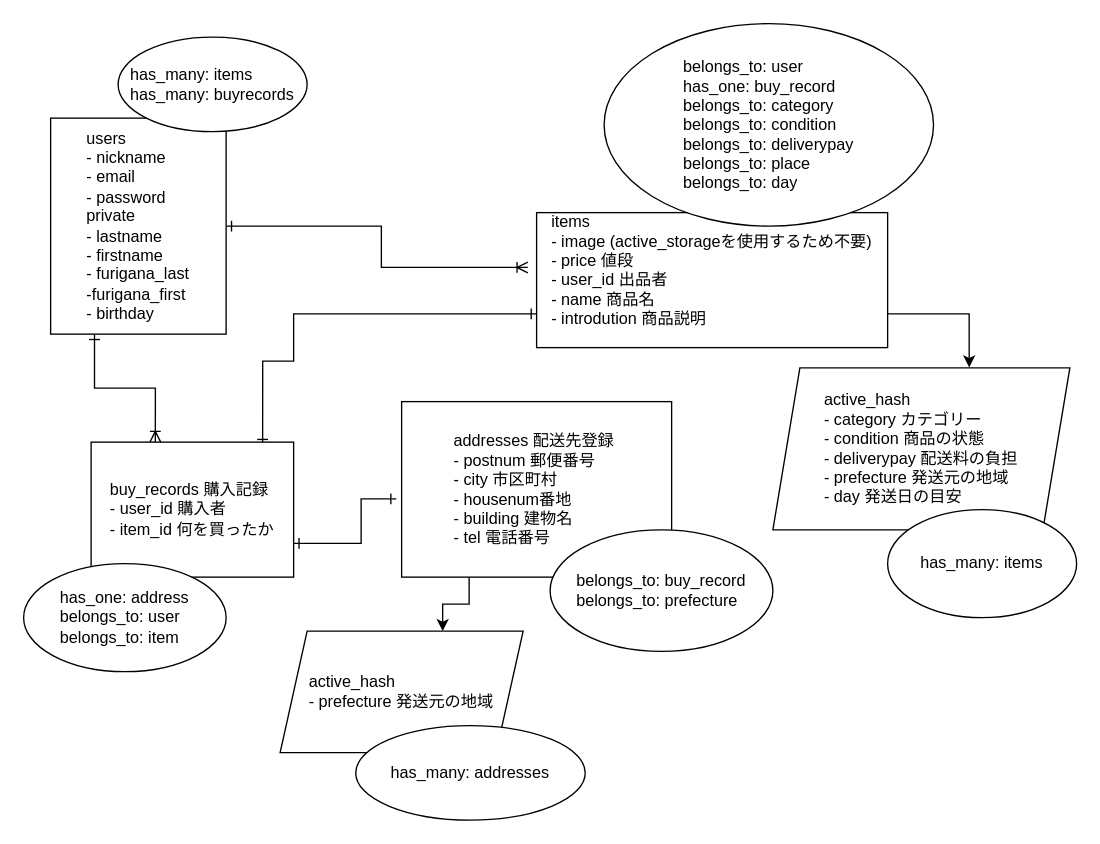
Before: furima.dio in okan08/furima-28625, a draw.io diagram. Source tidied: cells renumbered, new cells numbered last; positions are measured from the earlier drawing's top-left corner, leaving out a move shared by most shapes. Both pictures are drawn from the tidied source at 135%, with x=0, y=0 at pixel (23, 23).
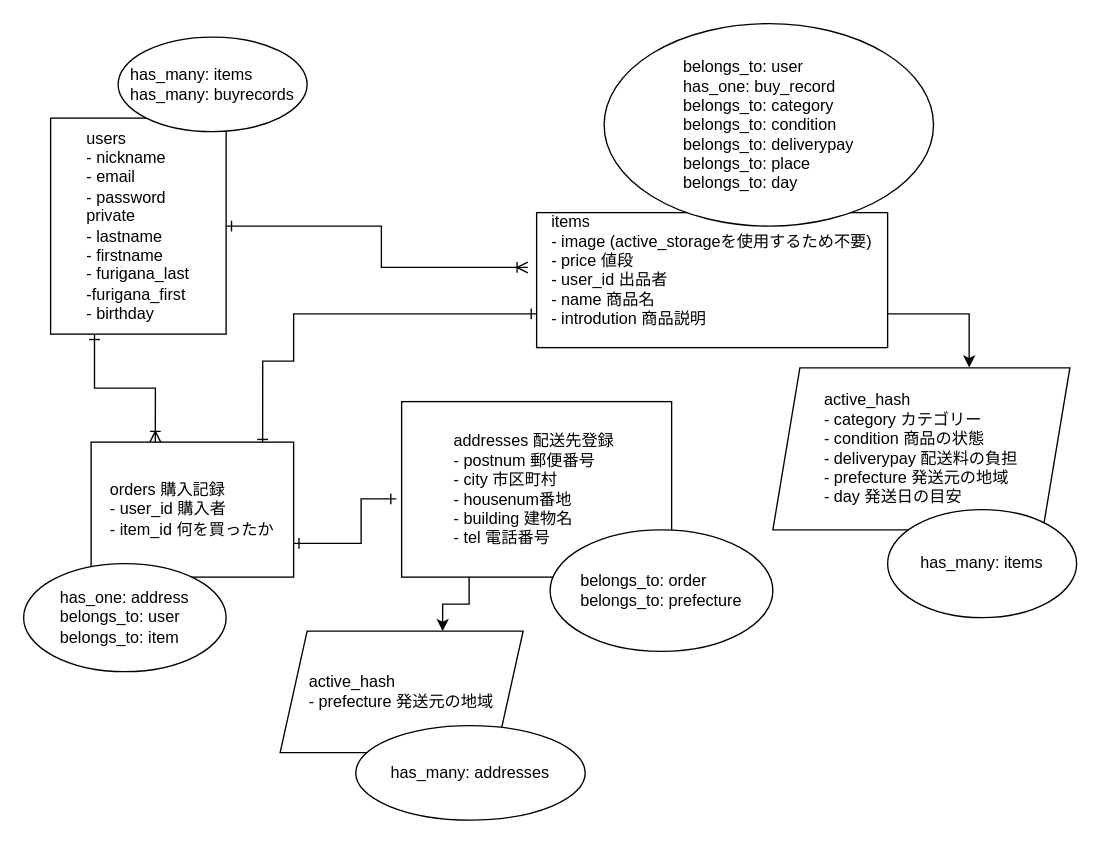
Above is the later version.

Commit message (it also covers changes not shown here):
モデル名の変更

Change to the diagram source:
```diff
@@
-    <mxCell id="9" value="&lt;div style=&quot;text-align: justify&quot;&gt;&lt;span&gt;buy_records 購入記録&lt;/span&gt;&lt;/div&gt;&lt;div style=&quot;text-align: justify&quot;&gt;&lt;span&gt;- user_id 購入者&lt;/span&gt;&lt;/div&gt;&lt;div style=&quot;text-align: justify&quot;&gt;&lt;span&gt;- item_id 何を買ったか&lt;/span&gt;&lt;/div&gt;" style="whiteSpace=wrap;html=1;" parent="1" vertex="1">
+    <mxCell id="9" value="&lt;div style=&quot;text-align: justify&quot;&gt;&lt;span&gt;orders 購入記録&lt;/span&gt;&lt;/div&gt;&lt;div style=&quot;text-align: justify&quot;&gt;&lt;span&gt;- user_id 購入者&lt;/span&gt;&lt;/div&gt;&lt;div style=&quot;text-align: justify&quot;&gt;&lt;span&gt;- item_id 何を買ったか&lt;/span&gt;&lt;/div&gt;" style="whiteSpace=wrap;html=1;" parent="1" vertex="1">
       <mxGeometry x="50" y="310" width="150" height="100" as="geometry" />
     </mxCell>
@@
-    <mxCell id="15" value="&lt;div style=&quot;text-align: justify&quot;&gt;&lt;span&gt;belongs_to: buy_record&lt;/span&gt;&lt;/div&gt;&lt;div style=&quot;text-align: justify&quot;&gt;&lt;span&gt;belongs_to: prefecture&lt;/span&gt;&lt;/div&gt;" style="ellipse;whiteSpace=wrap;html=1;" parent="1" vertex="1">
+    <mxCell id="15" value="&lt;div style=&quot;text-align: justify&quot;&gt;&lt;span&gt;belongs_to: order&lt;/span&gt;&lt;/div&gt;&lt;div style=&quot;text-align: justify&quot;&gt;&lt;span&gt;belongs_to: prefecture&lt;/span&gt;&lt;/div&gt;" style="ellipse;whiteSpace=wrap;html=1;" parent="1" vertex="1">
       <mxGeometry x="390" y="375" width="165" height="90" as="geometry" />
     </mxCell>
```
